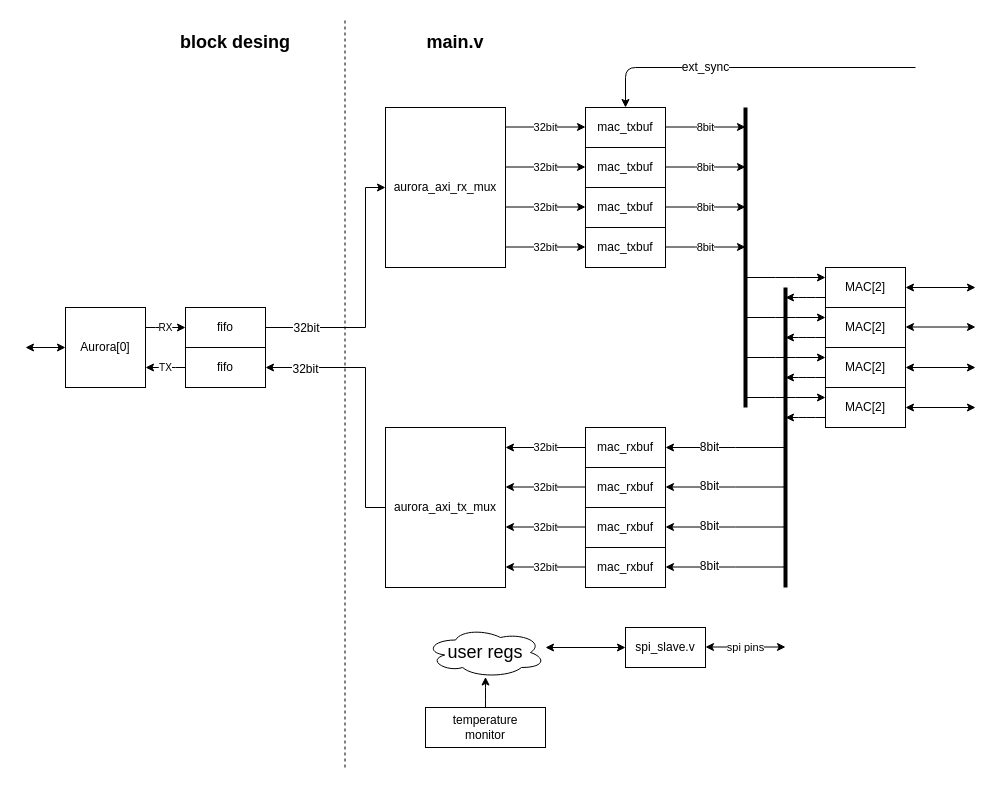
Above: doc/System_Diagram.drawio in hushunkui/bfd_artix (draw.io), before the change. Source tidied: cells renumbered, new cells numbered last; positions are measured from the earlier drawing's top-left corner, leaving out a move shared by most shapes. Both pictures are drawn from the tidied source at 100%, with x=0, y=0 at pixel (25, 17).
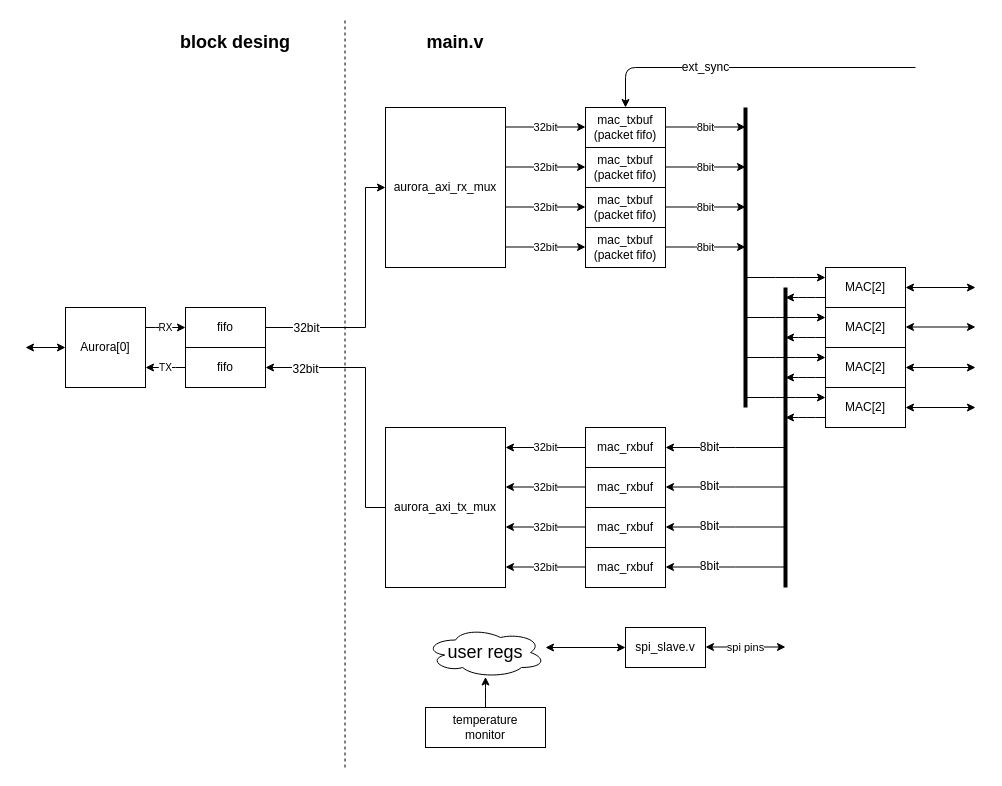
The same page after the edit.

Change to the diagram source:
```diff
@@
-    <mxCell id="7" value="mac_txbuf" style="rounded=0;whiteSpace=wrap;html=1;" parent="1" vertex="1">
+    <mxCell id="7" value="mac_txbuf&lt;br&gt;(packet fifo)" style="rounded=0;whiteSpace=wrap;html=1;" parent="1" vertex="1">
       <mxGeometry x="560" y="170" width="80" height="40" as="geometry" />
     </mxCell>
-    <mxCell id="8" value="mac_txbuf" style="rounded=0;whiteSpace=wrap;html=1;" parent="1" vertex="1">
+    <mxCell id="8" value="mac_txbuf&lt;br&gt;(packet fifo)" style="rounded=0;whiteSpace=wrap;html=1;" parent="1" vertex="1">
       <mxGeometry x="560" y="90" width="80" height="40" as="geometry" />
     </mxCell>
-    <mxCell id="9" value="mac_txbuf" style="rounded=0;whiteSpace=wrap;html=1;" parent="1" vertex="1">
+    <mxCell id="9" value="mac_txbuf&lt;br&gt;(packet fifo)" style="rounded=0;whiteSpace=wrap;html=1;" parent="1" vertex="1">
       <mxGeometry x="560" y="130" width="80" height="40" as="geometry" />
     </mxCell>
@@
-    <mxCell id="15" value="mac_txbuf" style="rounded=0;whiteSpace=wrap;html=1;" parent="1" vertex="1">
+    <mxCell id="15" value="mac_txbuf&lt;br&gt;(packet fifo)" style="rounded=0;whiteSpace=wrap;html=1;" parent="1" vertex="1">
       <mxGeometry x="560" y="210" width="80" height="40" as="geometry" />
     </mxCell>
```
